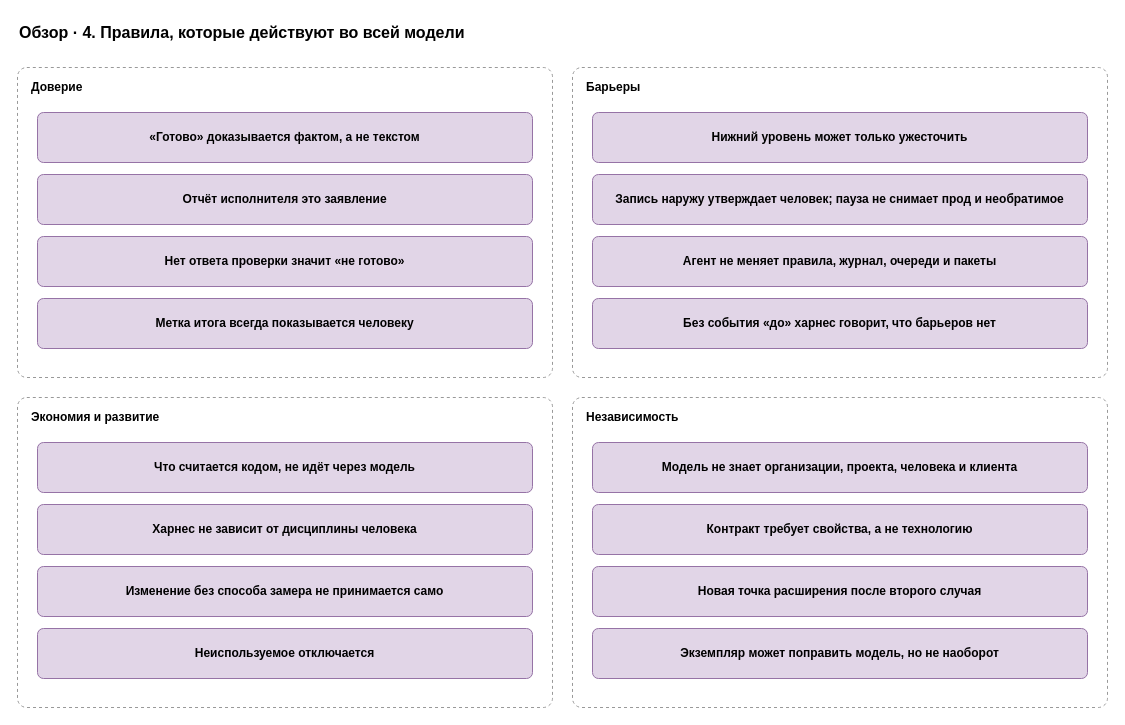
The draw.io diagram page "2. Общие правила" (2 of 24) of docs/spec/harness-spec.drawio in roygkov/reins, before the edit. Source tidied: cells renumbered, new cells numbered last; positions are measured from the earlier drawing's top-left corner, leaving out a move shared by most shapes. Both pictures are drawn from the tidied source at 100%, with x=0, y=0 at pixel (17, 17).
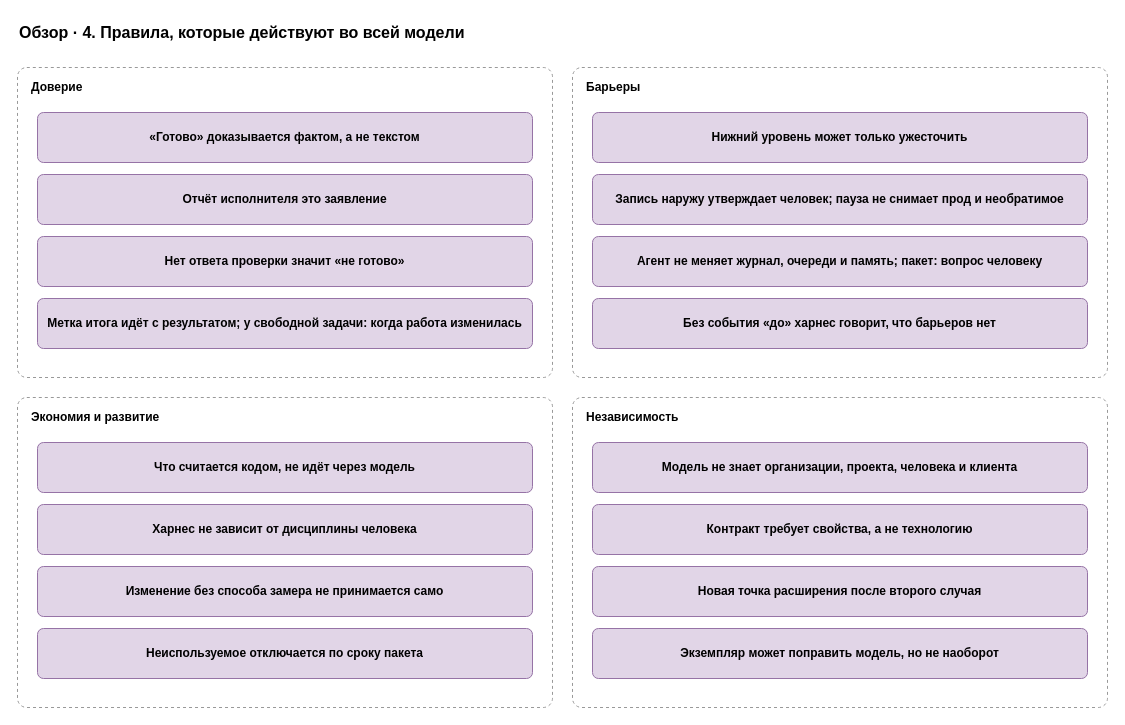
After the change.

The edit, as a diff of the source:
```diff
@@
-    <mxCell id="7" value="&lt;b&gt;Метка итога всегда показывается человеку&lt;/b&gt;" style="rounded=1;whiteSpace=wrap;html=1;fillColor=#e1d5e7;strokeColor=#9673a6;arcSize=12;" parent="1" vertex="1">
+    <mxCell id="7" value="&lt;b&gt;Метка итога идёт с результатом; у свободной задачи: когда работа изменилась&lt;/b&gt;" style="rounded=1;whiteSpace=wrap;html=1;fillColor=#e1d5e7;strokeColor=#9673a6;arcSize=12;" parent="1" vertex="1">
       <mxGeometry x="20" y="281" width="495" height="50" as="geometry" />
     </mxCell>
@@
-    <mxCell id="11" value="&lt;b&gt;Агент не меняет правила, журнал, очереди и пакеты&lt;/b&gt;" style="rounded=1;whiteSpace=wrap;html=1;fillColor=#e1d5e7;strokeColor=#9673a6;arcSize=12;" parent="1" vertex="1">
+    <mxCell id="11" value="&lt;b&gt;Агент не меняет журнал, очереди и память; пакет: вопрос человеку&lt;/b&gt;" style="rounded=1;whiteSpace=wrap;html=1;fillColor=#e1d5e7;strokeColor=#9673a6;arcSize=12;" parent="1" vertex="1">
       <mxGeometry x="575" y="219" width="495" height="50" as="geometry" />
     </mxCell>
@@
-    <mxCell id="17" value="&lt;b&gt;Неиспользуемое отключается&lt;/b&gt;" style="rounded=1;whiteSpace=wrap;html=1;fillColor=#e1d5e7;strokeColor=#9673a6;arcSize=12;" parent="1" vertex="1">
+    <mxCell id="17" value="&lt;b&gt;Неиспользуемое отключается по сроку пакета&lt;/b&gt;" style="rounded=1;whiteSpace=wrap;html=1;fillColor=#e1d5e7;strokeColor=#9673a6;arcSize=12;" parent="1" vertex="1">
       <mxGeometry x="20" y="611" width="495" height="50" as="geometry" />
     </mxCell>
```
